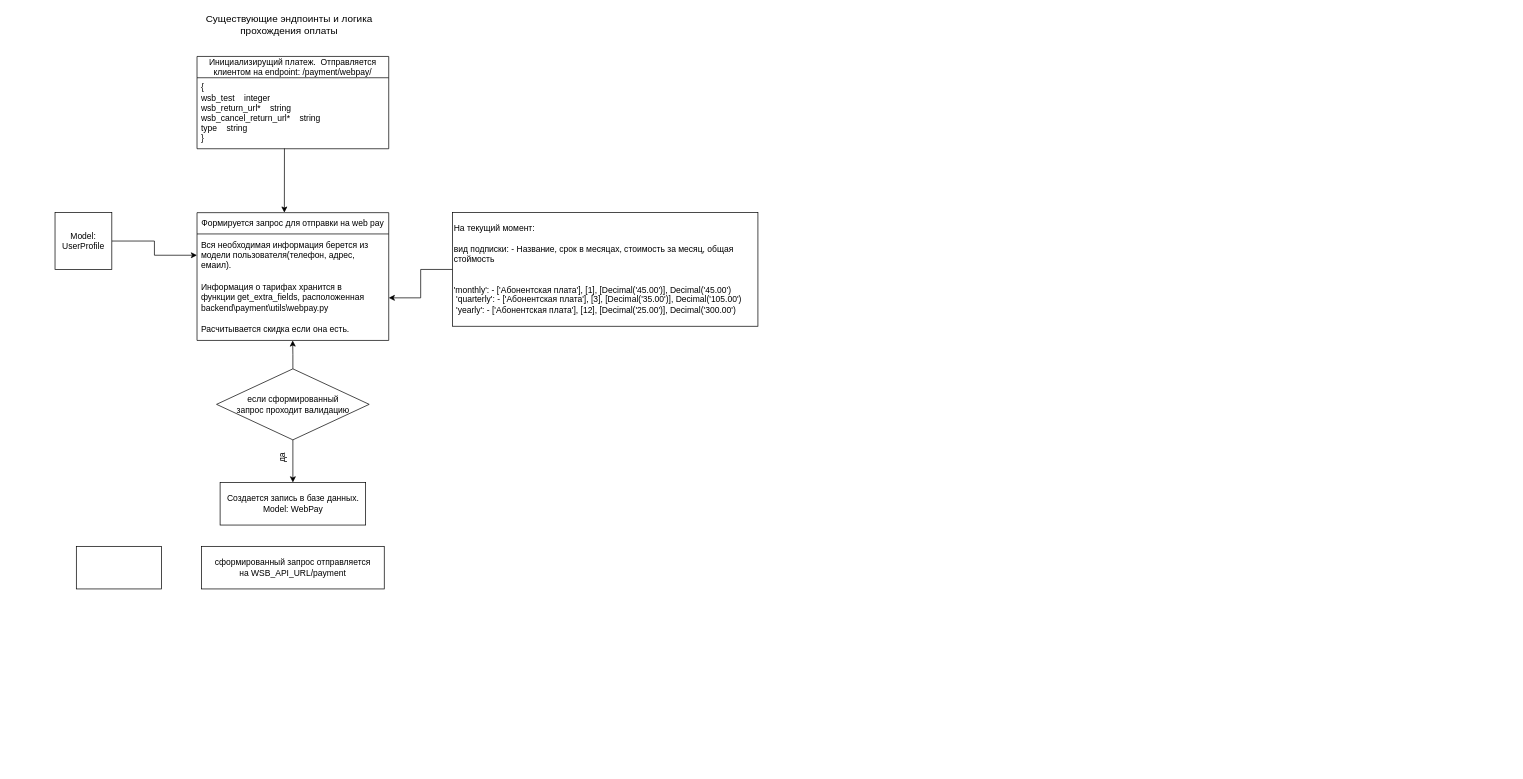
This is pay_system.drawio from Gollum959/b2c_drawio, a draw.io file, before an edit. Source tidied: cells renumbered, new cells numbered last; positions are measured from the earlier drawing's top-left corner, leaving out a move shared by most shapes. Both pictures are drawn from the tidied source at 71%, with x=0, y=0 at pixel (55, 13).
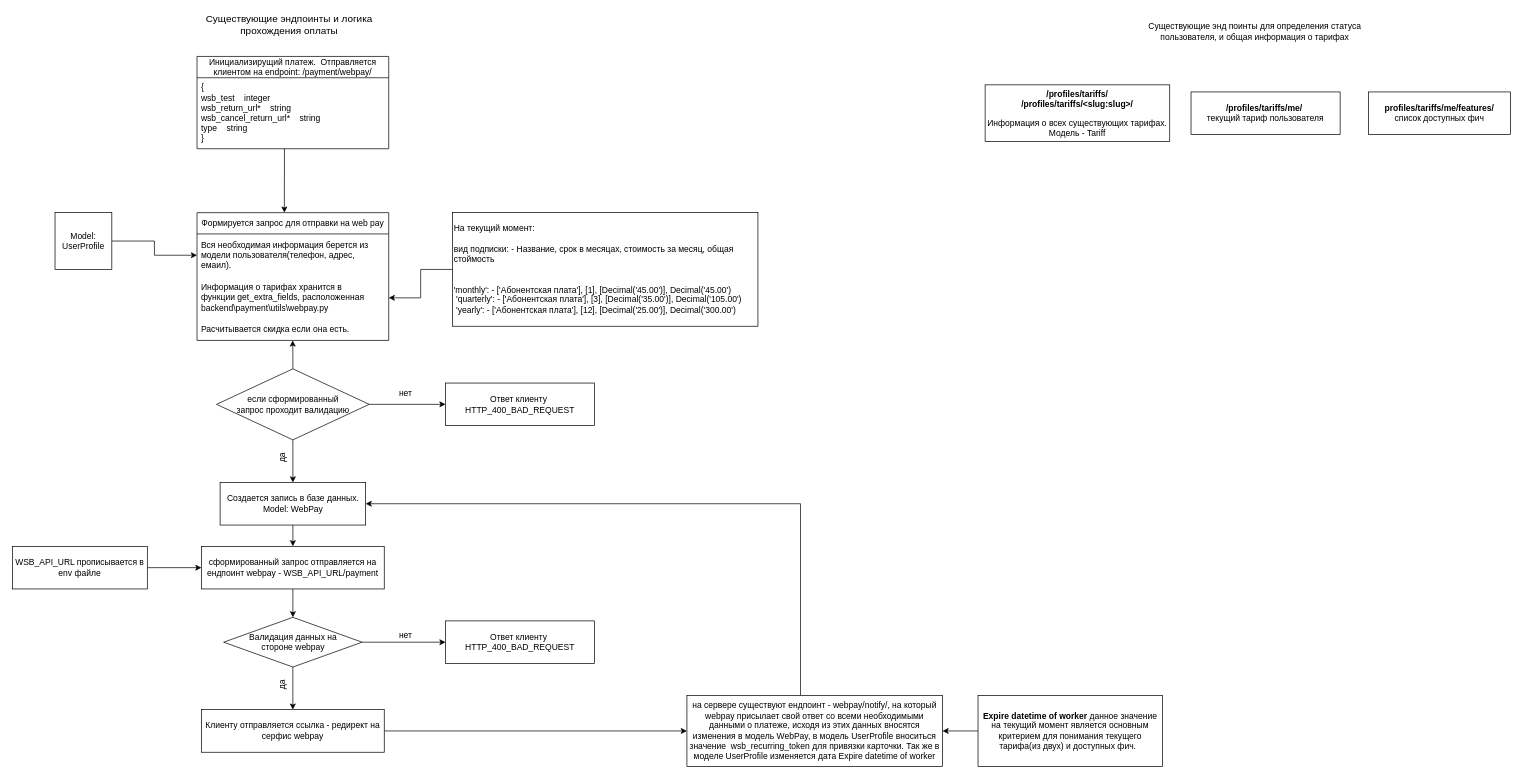
Above is the later version.

The change refers to these unchanged cells:
```xml
<mxCell id="16" value="если сформированный&lt;br&gt;запрос проходит валидацию" style="rhombus;whiteSpace=wrap;html=1;" parent="1" vertex="1">
  <mxGeometry x="227.5" y="500" width="215" height="100" as="geometry" />
</mxCell>
<mxCell id="17" value="Создается запись в базе данных. Model:&amp;nbsp;WebPay" style="rounded=0;whiteSpace=wrap;html=1;" parent="1" vertex="1">
  <mxGeometry x="232.5" y="660" width="205" height="60" as="geometry" />
</mxCell>
```

Diff of the diagram source:
```diff
@@
+    <mxCell id="21" style="edgeStyle=orthogonalEdgeStyle;rounded=0;jettySize=auto;html=1;entryX=0;entryY=0.5;entryDx=0;entryDy=0;" parent="1" edge="1" source="16" target="28">
+      <mxGeometry relative="1" as="geometry" />
+    </mxCell>
@@
+    <mxCell id="22" style="edgeStyle=orthogonalEdgeStyle;rounded=0;jettySize=auto;html=1;" parent="1" edge="1" source="17" target="19">
+      <mxGeometry relative="1" as="geometry" />
+    </mxCell>
@@
+    <mxCell id="23" style="edgeStyle=orthogonalEdgeStyle;rounded=0;jettySize=auto;html=1;entryX=0.5;entryY=0;entryDx=0;entryDy=0;" parent="1" edge="1" source="19" target="27">
+      <mxGeometry relative="1" as="geometry" />
+    </mxCell>
-    <mxCell id="19" value="сформированный запрос отправляется на&amp;nbsp;WSB_API_URL/payment" style="rounded=0;whiteSpace=wrap;html=1;" parent="1" vertex="1">
+    <mxCell id="19" value="сформированный запрос отправляется на ендпоинт webpay - WSB_API_URL/payment" style="rounded=0;whiteSpace=wrap;html=1;" parent="1" vertex="1">
       <mxGeometry x="206.2" y="750" width="257.5" height="60" as="geometry" />
     </mxCell>
+    <mxCell id="24" style="edgeStyle=orthogonalEdgeStyle;rounded=0;jettySize=auto;html=1;entryX=0;entryY=0.5;entryDx=0;entryDy=0;" parent="1" edge="1" source="20" target="19">
+      <mxGeometry relative="1" as="geometry" />
+    </mxCell>
-    <mxCell id="20" style="rounded=0;whiteSpace=wrap;html=1;" parent="1" vertex="1">
-      <mxGeometry x="30" y="750" width="120" height="60" as="geometry" />
+    <mxCell id="20" value="WSB_API_URL прописывается в env файле" style="rounded=0;whiteSpace=wrap;html=1;" parent="1" vertex="1">
+      <mxGeometry x="-60" y="750" width="190" height="60" as="geometry" />
     </mxCell>
+    <mxCell id="25" style="edgeStyle=orthogonalEdgeStyle;rounded=0;jettySize=auto;html=1;entryX=0;entryY=0.5;entryDx=0;entryDy=0;" parent="1" edge="1" source="27" target="30">
+      <mxGeometry relative="1" as="geometry" />
+    </mxCell>
+    <mxCell id="26" style="edgeStyle=orthogonalEdgeStyle;rounded=0;jettySize=auto;html=1;entryX=0.5;entryY=0;entryDx=0;entryDy=0;" parent="1" edge="1" source="27" target="33">
+      <mxGeometry relative="1" as="geometry" />
+    </mxCell>
+    <mxCell id="27" value="Валидация данных на&lt;br&gt;стороне webpay" style="rhombus;whiteSpace=wrap;html=1;" parent="1" vertex="1">
+      <mxGeometry x="237.5" y="850" width="195" height="70" as="geometry" />
+    </mxCell>
+    <mxCell id="28" value="Ответ клиенту&amp;nbsp;&lt;br&gt;HTTP_400_BAD_REQUEST" style="rounded=0;whiteSpace=wrap;html=1;" parent="1" vertex="1">
+      <mxGeometry x="550" y="520" width="210" height="60" as="geometry" />
+    </mxCell>
+    <mxCell id="29" value="нет" style="text;html=1;strokeColor=none;fillColor=none;align=center;verticalAlign=middle;whiteSpace=wrap;rounded=0;rotation=0;" parent="1" vertex="1">
+      <mxGeometry x="463.8" y="520" width="60" height="30" as="geometry" />
+    </mxCell>
+    <mxCell id="30" value="Ответ клиенту&amp;nbsp;&lt;br&gt;HTTP_400_BAD_REQUEST" style="rounded=0;whiteSpace=wrap;html=1;" parent="1" vertex="1">
+      <mxGeometry x="550" y="855" width="210" height="60" as="geometry" />
+    </mxCell>
+    <mxCell id="31" value="нет" style="text;html=1;strokeColor=none;fillColor=none;align=center;verticalAlign=middle;whiteSpace=wrap;rounded=0;rotation=0;" parent="1" vertex="1">
+      <mxGeometry x="463.8" y="860" width="60" height="30" as="geometry" />
+    </mxCell>
+    <mxCell id="32" style="edgeStyle=orthogonalEdgeStyle;rounded=0;jettySize=auto;html=1;" parent="1" edge="1" source="33">
+      <mxGeometry relative="1" as="geometry">
+        <mxPoint x="890" y="1010" as="targetPoint" />
+      </mxGeometry>
+    </mxCell>
+    <mxCell id="33" value="Клиенту отправляется ссылка - редирект на серфис webpay" style="rounded=0;whiteSpace=wrap;html=1;" parent="1" vertex="1">
+      <mxGeometry x="206.2" y="980" width="257.5" height="60" as="geometry" />
+    </mxCell>
+    <mxCell id="34" value="да" style="text;html=1;strokeColor=none;fillColor=none;align=center;verticalAlign=middle;whiteSpace=wrap;rounded=0;rotation=-90;" parent="1" vertex="1">
+      <mxGeometry x="290" y="930" width="60" height="30" as="geometry" />
+    </mxCell>
+    <mxCell id="35" style="edgeStyle=orthogonalEdgeStyle;rounded=0;jettySize=auto;html=1;entryX=1;entryY=0.5;entryDx=0;entryDy=0;" parent="1" edge="1" source="36" target="17">
+      <mxGeometry relative="1" as="geometry">
+        <Array as="points">
+          <mxPoint x="1050" y="690" />
+        </Array>
+      </mxGeometry>
+    </mxCell>
+    <mxCell id="36" value="на сервере существуют ендпоинт -&amp;nbsp;webpay/notify/, на который webpay присылает свой ответ со всеми необходимыми данными о платеже, исходя из этих данных вносятся изменения в модель WebPay, в модель UserProfile вноситься значение&amp;nbsp;&amp;nbsp;wsb_recurring_token&lt;span style=&quot;background-color: initial;&quot;&gt;&amp;nbsp;для привязки карточки. Так же в моделе&amp;nbsp;&lt;/span&gt;UserProfile изменяется дата&amp;nbsp;Expire datetime of worker" style="rounded=0;whiteSpace=wrap;html=1;" parent="1" vertex="1">
+      <mxGeometry x="890" y="960" width="360" height="100" as="geometry" />
+    </mxCell>
+    <mxCell id="37" style="edgeStyle=orthogonalEdgeStyle;rounded=0;jettySize=auto;html=1;entryX=1;entryY=0.5;entryDx=0;entryDy=0;" parent="1" edge="1" source="38" target="36">
+      <mxGeometry relative="1" as="geometry" />
+    </mxCell>
+    <mxCell id="38" value="&lt;b&gt;Expire datetime of worker&lt;/b&gt; данное значение на текущий момент является основным критерием для понимания текущего тарифа(из двух) и доступных фич.&amp;nbsp;&amp;nbsp;" style="rounded=0;whiteSpace=wrap;html=1;" parent="1" vertex="1">
+      <mxGeometry x="1300" y="960" width="260" height="100" as="geometry" />
+    </mxCell>
+    <mxCell id="39" value="Существующие энд поинты для определения статуса пользователя, и общая информация о тарифах" style="text;html=1;strokeColor=none;fillColor=none;align=center;verticalAlign=middle;whiteSpace=wrap;rounded=0;" parent="1" vertex="1">
+      <mxGeometry x="1530" y="10" width="320" height="30" as="geometry" />
+    </mxCell>
+    <mxCell id="40" value="&lt;b&gt;/profiles/tariffs/&lt;br&gt;&lt;/b&gt;&lt;b style=&quot;background-color: initial;&quot;&gt;/profiles/tariffs/&amp;lt;slug:slug&amp;gt;/&lt;/b&gt;&lt;b&gt;&lt;br&gt;&lt;/b&gt;&lt;p class=&quot;MsoNormal&quot;&gt;&lt;/p&gt;Информация о всех существующих тарифах.&lt;br&gt;Модель -&amp;nbsp;Tariff" style="rounded=0;whiteSpace=wrap;html=1;" parent="1" vertex="1">
+      <mxGeometry x="1310" y="100" width="260" height="80" as="geometry" />
+    </mxCell>
+    <mxCell id="41" value="&lt;span style=&quot;border-color: var(--border-color);&quot;&gt;&lt;b&gt;/profiles/tariffs/me/&amp;nbsp;&lt;/b&gt;&lt;br&gt;текущий тариф пользователя&lt;br&gt;&lt;/span&gt;" style="rounded=0;whiteSpace=wrap;html=1;" parent="1" vertex="1">
+      <mxGeometry x="1600" y="110" width="210" height="60" as="geometry" />
+    </mxCell>
+    <mxCell id="42" value="&lt;p class=&quot;MsoNormal&quot;&gt;&lt;b&gt;profiles/tariffs/me/features/&lt;/b&gt;&lt;br&gt;список доступных фич&lt;/p&gt;" style="rounded=0;whiteSpace=wrap;html=1;" parent="1" vertex="1">
+      <mxGeometry x="1850" y="110" width="200" height="60" as="geometry" />
+    </mxCell>
```
